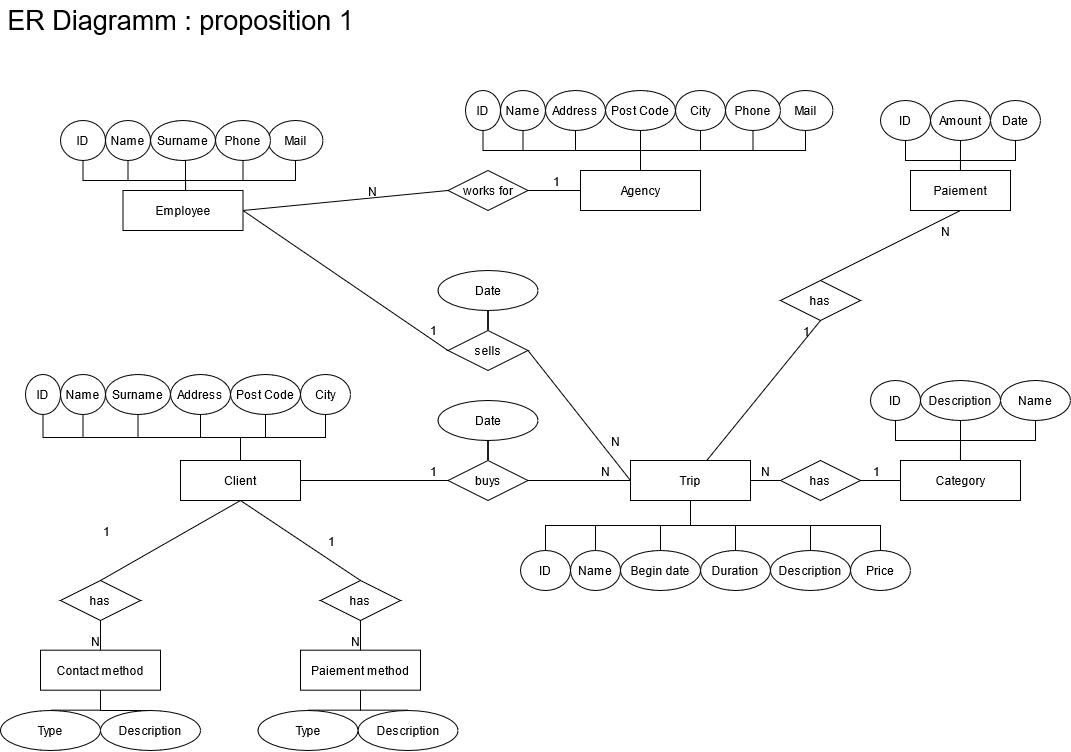
Above: DB Projekt 1-ER-Model.png in phootrf/DBProjet1 (draw.io), before the change. Source tidied: cells renumbered, new cells last; positions are measured from the earlier drawing's top-left corner, leaving out a move shared by most shapes.
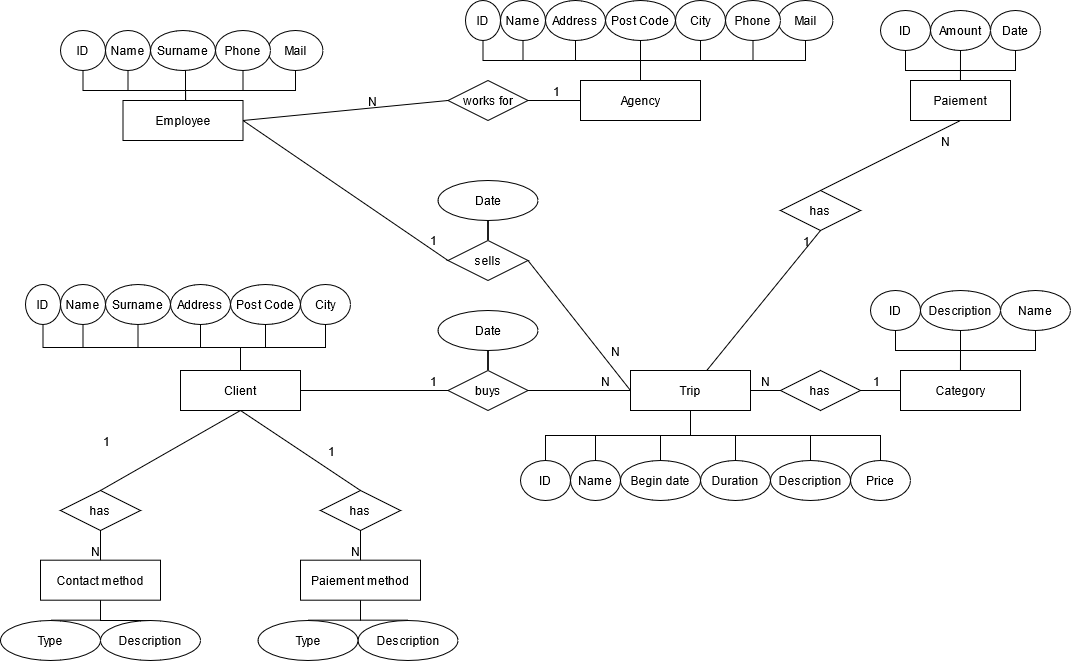
The same file after the commit.

The edit, as a diff of the source:
```diff
@@ -204,9 +204,6 @@
         <mxPoint x="-10" y="30" as="offset" />
       </mxGeometry>
     </mxCell>
-    <mxCell id="64" value="ER Diagramm : proposition 1" style="text;html=1;align=center;verticalAlign=middle;fillColor=none;strokeColor=none;rounded=0;fontSize=27;" parent="1" vertex="1">
-      <mxGeometry width="360" height="40" as="geometry" />
-    </mxCell>
     <mxCell id="65" style="edgeStyle=orthogonalEdgeStyle;rounded=0;jettySize=auto;html=1;exitX=0.5;exitY=1;exitDx=0;exitDy=0;entryX=0.5;entryY=0;entryDx=0;entryDy=0;endArrow=none;endFill=0;" parent="1" edge="1" source="66" target="59">
       <mxGeometry relative="1" as="geometry">
         <Array as="points">
```
